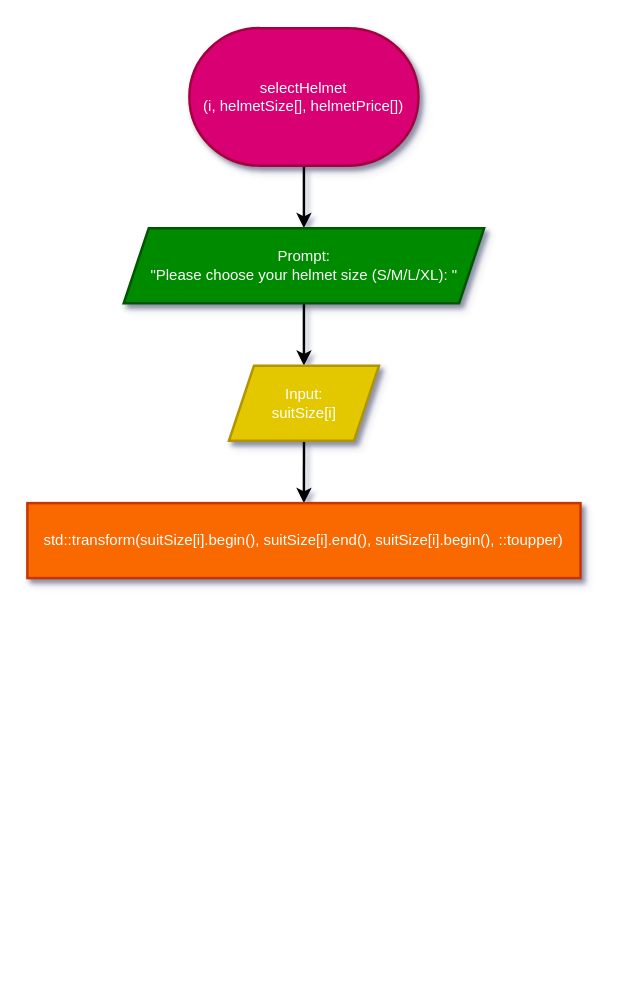
Above: Flowcharts (draw.io)/selectHelmet.drawio in shahxvi/csc126-group-project (draw.io), before the change. Source tidied: cells renumbered, new cells numbered last; positions are measured from the earlier drawing's top-left corner, leaving out a move shared by most shapes. Both pictures are drawn from the tidied source at 125%, with x=0, y=0 at pixel (26, 28).
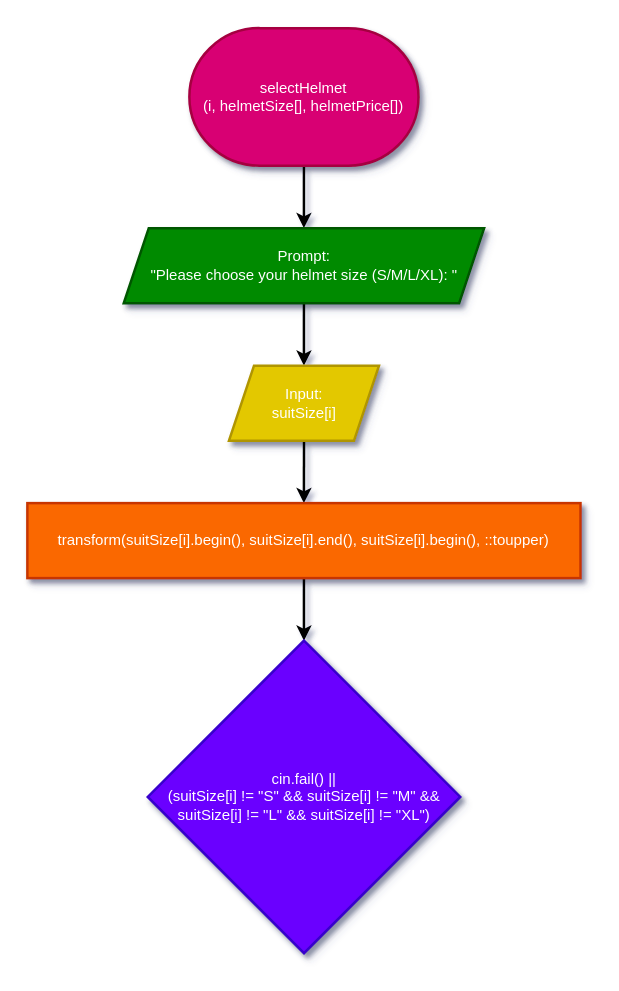
The same page after the edit.

The edit, as a diff of the source:
```diff
@@
 <mxGraphModel shadow="1">
   <root>
     <mxCell id="0" />
     <mxCell id="1" parent="0" />
     <mxCell id="2" style="edgeStyle=none;html=1;strokeWidth=2;" parent="1" edge="1" source="3" target="5">
       <mxGeometry relative="1" as="geometry" />
     </mxCell>
     <mxCell id="3" value="selectHelmet&lt;br&gt;(i, helmetSize[], helmetPrice[])" style="strokeWidth=2;html=1;shape=mxgraph.flowchart.terminator;whiteSpace=wrap;fillColor=#d80073;strokeColor=#A50040;shadow=1;fontColor=#ffffff;" parent="1" vertex="1">
       <mxGeometry x="130" width="183.3" height="110" as="geometry" />
     </mxCell>
     <mxCell id="4" style="edgeStyle=none;html=1;strokeWidth=2;" parent="1" edge="1" source="5" target="7">
       <mxGeometry relative="1" as="geometry" />
     </mxCell>
     <mxCell id="5" value="&lt;span style=&quot;color: rgb(255, 255, 255);&quot;&gt;Prompt:&lt;/span&gt;&lt;br&gt;&lt;span style=&quot;color: rgb(255, 255, 255);&quot;&gt;&quot;Please choose your helmet size (S/M/L/XL): &quot;&lt;/span&gt;" style="shape=parallelogram;perimeter=parallelogramPerimeter;whiteSpace=wrap;html=1;fixedSize=1;fillColor=#008a00;strokeColor=#005700;fontColor=#ffffff;strokeWidth=2;shadow=1;" parent="1" vertex="1">
       <mxGeometry x="77.5" y="160" width="288.3" height="60" as="geometry" />
     </mxCell>
     <mxCell id="6" style="edgeStyle=none;html=1;strokeWidth=2;" parent="1" edge="1" source="7" target="8">
       <mxGeometry relative="1" as="geometry" />
     </mxCell>
     <mxCell id="7" value="Input:&lt;br&gt;suitSize[i]" style="shape=parallelogram;perimeter=parallelogramPerimeter;whiteSpace=wrap;html=1;fixedSize=1;fillColor=#e3c800;strokeColor=#B09500;fontColor=#FFFFFF;strokeWidth=2;shadow=1;labelBackgroundColor=none;labelBorderColor=none;textShadow=0;" parent="1" vertex="1">
       <mxGeometry x="161.7" y="270" width="120" height="60" as="geometry" />
     </mxCell>
+    <mxCell id="9" style="edgeStyle=none;html=1;strokeWidth=2;" parent="1" edge="1" source="8" target="10">
+      <mxGeometry relative="1" as="geometry" />
+    </mxCell>
-    <mxCell id="8" value="&lt;div style=&quot;text-align: start;&quot;&gt;&lt;font style=&quot;color: rgb(255, 255, 255);&quot;&gt;&lt;font style=&quot;&quot; face=&quot;monospace&quot;&gt;&lt;span style=&quot;font-size: 0px; white-space-collapse: collapse;&quot;&gt;&lt;span style=&quot;white-space: pre;&quot;&gt;&#9;&lt;/span&gt;std::transform(suitSize[i].begin(), suitSize[i].end(), suitSize[i].begin(), ::toupper)&lt;/span&gt;&lt;/font&gt;std::transform(suitSize[i].begin(), suitSize[i].end(), suitSize[i].begin(), ::toupper)&lt;/font&gt;&lt;/div&gt;" style="whiteSpace=wrap;html=1;fillColor=#fa6800;strokeColor=#C73500;fontColor=#000000;strokeWidth=2;shadow=1;labelBackgroundColor=none;labelBorderColor=none;" parent="1" vertex="1">
+    <mxCell id="8" value="&lt;div style=&quot;text-align: start;&quot;&gt;&lt;font style=&quot;color: rgb(255, 255, 255);&quot;&gt;&lt;font style=&quot;&quot; face=&quot;monospace&quot;&gt;&lt;span style=&quot;font-size: 0px; white-space-collapse: collapse;&quot;&gt;&lt;span style=&quot;white-space: pre;&quot;&gt;&#9;&lt;/span&gt;std::transform(suitSize[i].begin(), suitSize[i].end(), suitSize[i].begin(), ::toupper)&lt;/span&gt;&lt;/font&gt;transform(suitSize[i].begin(), suitSize[i].end(), suitSize[i].begin(), ::toupper)&lt;/font&gt;&lt;/div&gt;" style="whiteSpace=wrap;html=1;fillColor=#fa6800;strokeColor=#C73500;fontColor=#000000;strokeWidth=2;shadow=1;labelBackgroundColor=none;labelBorderColor=none;" parent="1" vertex="1">
       <mxGeometry x="0.4" y="380" width="442.5" height="60" as="geometry" />
     </mxCell>
+    <mxCell id="10" value="&lt;span style=&quot;color: rgb(255, 255, 255);&quot;&gt;cin.fail() ||&lt;/span&gt;&lt;br&gt;&lt;span style=&quot;color: rgb(255, 255, 255);&quot;&gt;(suitSize[i] != &quot;S&quot; &amp;amp;&amp;amp; suitSize[i] != &quot;M&quot; &amp;amp;&amp;amp; suitSize[i] != &quot;L&quot; &amp;amp;&amp;amp; suitSize[i] != &quot;XL&quot;)&lt;/span&gt;" style="rhombus;whiteSpace=wrap;html=1;fillColor=#6a00ff;strokeColor=#3700CC;fontColor=#ffffff;strokeWidth=2;shadow=1;labelBackgroundColor=none;labelBorderColor=none;" parent="1" vertex="1">
+      <mxGeometry x="96.7" y="490" width="250" height="250" as="geometry" />
+    </mxCell>
   </root>
 </mxGraphModel>
```
